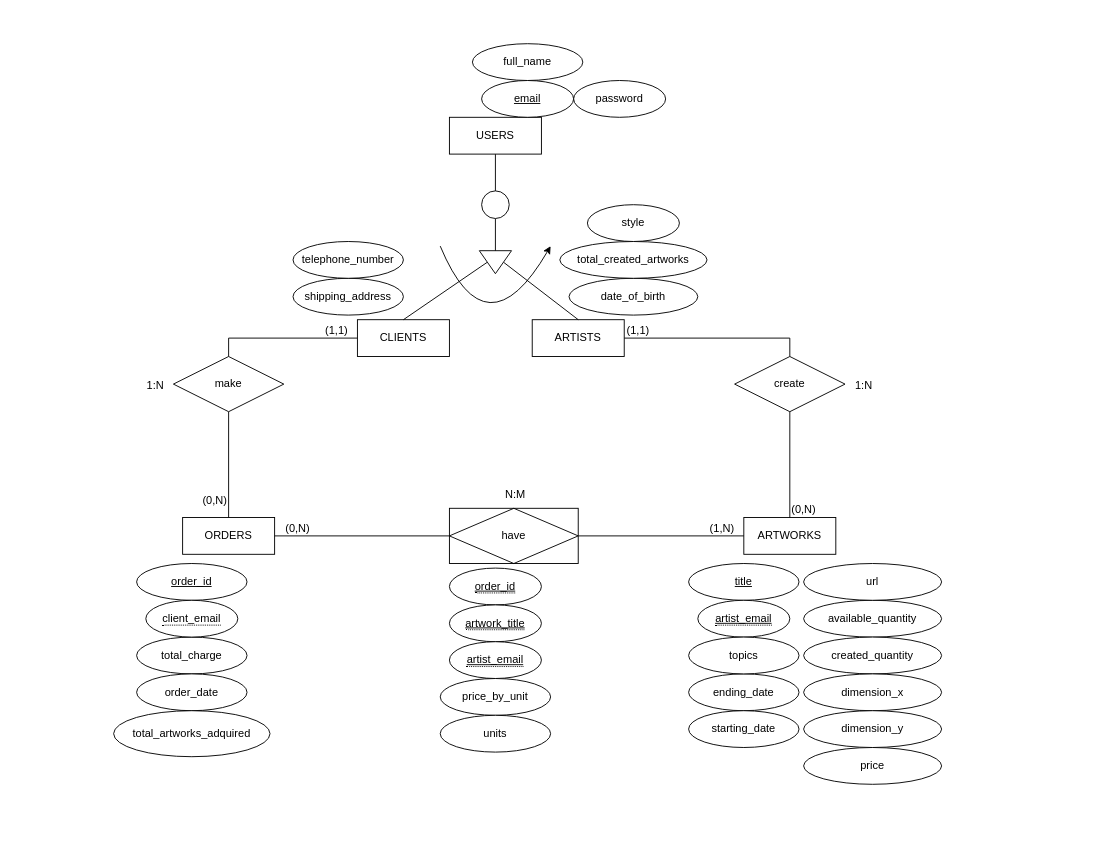
Above: documentación/documentación del producto/documentación del sistema/documentación diseño/diagrama entidad-relación.drawio in GaelCodes/Ecommerce-Leonard-Devinch (draw.io), before the change. Source tidied: cells renumbered, new cells numbered last; positions are measured from the earlier drawing's top-left corner, leaving out a move shared by most shapes. Both pictures are drawn from the tidied source at 92%, with x=0, y=0 at pixel (16, 16).
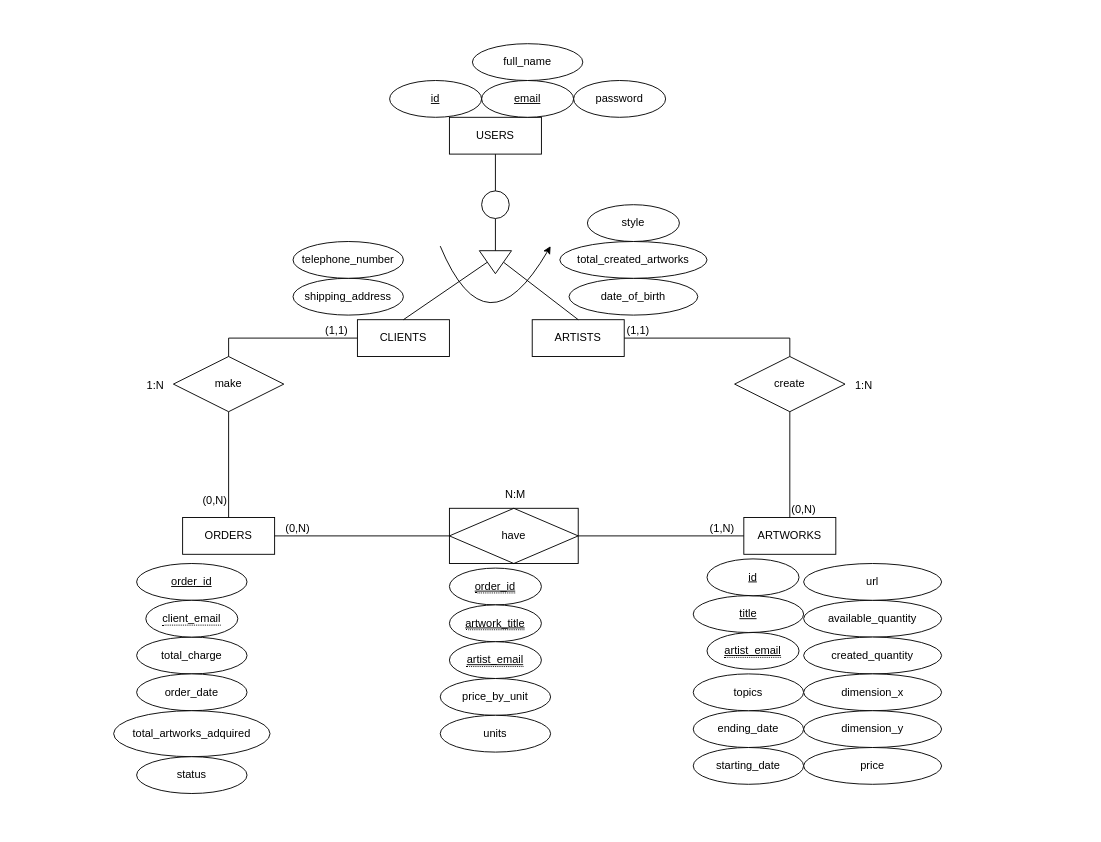
The same page after the edit.

Commit message (it also covers changes not shown here):
Añadidos campos ids autoincrementados en artworks y status en orders

Diff of the diagram source:
```diff
@@
     <mxCell id="40" value="&lt;u&gt;title&lt;/u&gt;" style="ellipse;whiteSpace=wrap;html=1;align=center;" parent="1" vertex="1">
-      <mxGeometry x="731" y="595" width="120" height="40" as="geometry" />
+      <mxGeometry x="736" y="630" width="120" height="40" as="geometry" />
     </mxCell>
     <mxCell id="41" value="ending_date" style="ellipse;whiteSpace=wrap;html=1;align=center;" parent="1" vertex="1">
-      <mxGeometry x="731" y="715" width="120" height="40" as="geometry" />
+      <mxGeometry x="736" y="755" width="120" height="40" as="geometry" />
     </mxCell>
@@
     <mxCell id="53" value="&lt;span style=&quot;border-bottom: 1px dotted&quot;&gt;&lt;u&gt;artist_email&lt;/u&gt;&lt;/span&gt;" style="ellipse;whiteSpace=wrap;html=1;align=center;" parent="1" vertex="1">
-      <mxGeometry x="741" y="635" width="100" height="40" as="geometry" />
+      <mxGeometry x="751" y="670" width="100" height="40" as="geometry" />
     </mxCell>
     <mxCell id="54" value="topics" style="ellipse;whiteSpace=wrap;html=1;align=center;" parent="1" vertex="1">
-      <mxGeometry x="731" y="675" width="120" height="40" as="geometry" />
+      <mxGeometry x="736" y="715" width="120" height="40" as="geometry" />
     </mxCell>
     <mxCell id="55" value="starting_date" style="ellipse;whiteSpace=wrap;html=1;align=center;" parent="1" vertex="1">
-      <mxGeometry x="731" y="755" width="120" height="40" as="geometry" />
+      <mxGeometry x="736" y="795" width="120" height="40" as="geometry" />
     </mxCell>
@@
+    <mxCell id="64" value="&lt;u&gt;id&lt;/u&gt;" style="ellipse;whiteSpace=wrap;html=1;align=center;" parent="1" vertex="1">
+      <mxGeometry x="751" y="590" width="100" height="40" as="geometry" />
+    </mxCell>
+    <mxCell id="65" value="&lt;u&gt;id&lt;/u&gt;" style="ellipse;whiteSpace=wrap;html=1;align=center;" parent="1" vertex="1">
+      <mxGeometry x="406" y="70" width="100" height="40" as="geometry" />
+    </mxCell>
+    <mxCell id="66" value="status" style="ellipse;whiteSpace=wrap;html=1;align=center;" parent="1" vertex="1">
+      <mxGeometry x="131" y="805" width="120" height="40" as="geometry" />
+    </mxCell>
```
